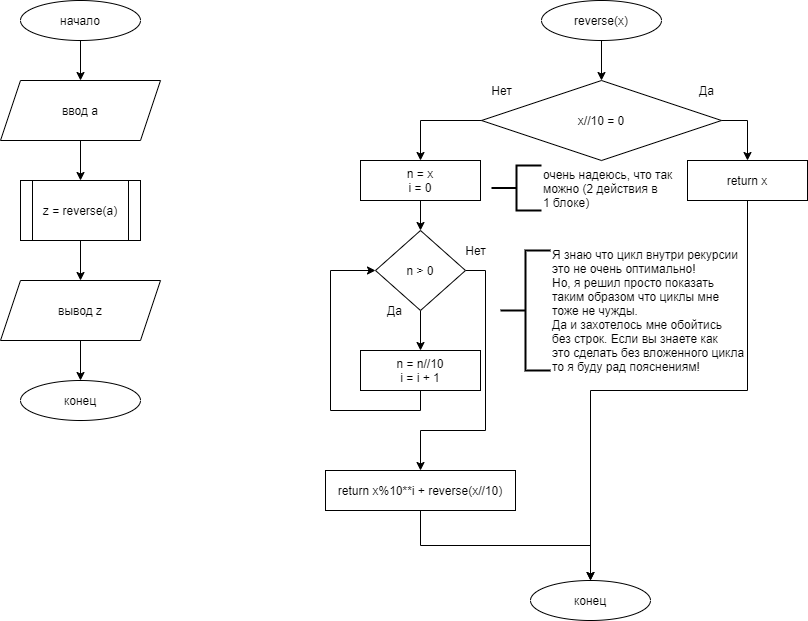
Above: homeworks/task_2.png in sgb128/python_SVKachkalda (draw.io), before the change. Source tidied: cells renumbered, new cells last; positions are measured from the earlier drawing's top-left corner, leaving out a move shared by most shapes.
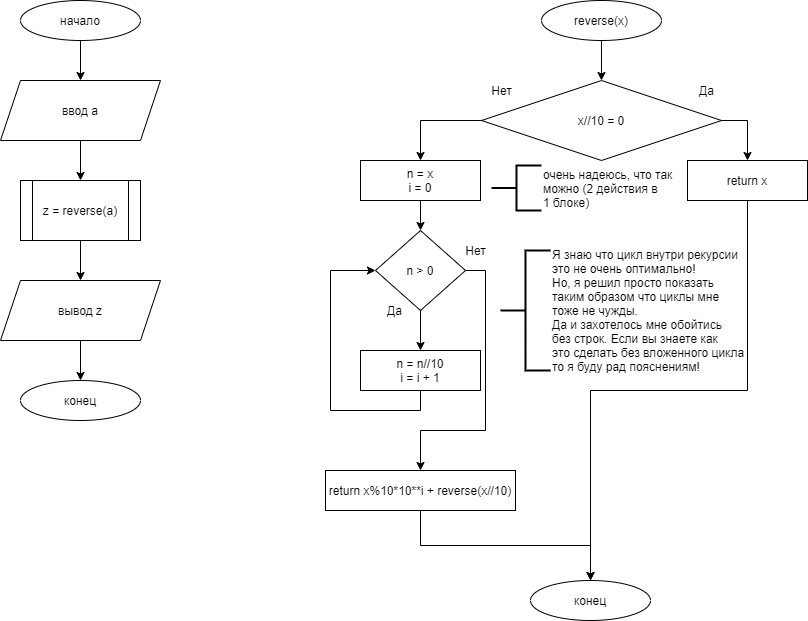
After the commit.

Change to the diagram source:
```diff
@@ -29,7 +29,7 @@
     <mxCell id="10" style="edgeStyle=orthogonalEdgeStyle;rounded=0;jettySize=auto;html=1;exitX=0.5;exitY=1;exitDx=0;exitDy=0;" parent="1" edge="1" source="11" target="12">
       <mxGeometry relative="1" as="geometry" />
     </mxCell>
-    <mxCell id="11" value="return x%10**i + reverse(x//10)" style="rounded=0;whiteSpace=wrap;html=1;" parent="1" vertex="1">
+    <mxCell id="11" value="return x%10*10**i + reverse(x//10)" style="rounded=0;whiteSpace=wrap;html=1;" parent="1" vertex="1">
       <mxGeometry x="325" y="470" width="190" height="40" as="geometry" />
     </mxCell>
     <mxCell id="12" value="конец" style="ellipse;whiteSpace=wrap;html=1;" parent="1" vertex="1">
```
